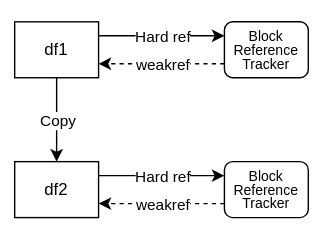
This is pydata-berlin-2023/img/copy-on-write_copy.svg from phofl/pydata-berlin, a draw.io export, as it was before one commit. Source tidied: cells renumbered, new cells last; positions are measured from the earlier drawing's top-left corner, leaving out a move shared by most shapes. Source of this version:
```xml
<mxGraphModel>
  <root>
    <mxCell id="0" />
    <mxCell id="1" parent="0" />
    <mxCell id="2" value="df1" style="rounded=0;whiteSpace=wrap;html=1;" parent="1" vertex="1">
      <mxGeometry width="60" height="40" as="geometry" />
    </mxCell>
    <mxCell id="3" value="df2" style="rounded=0;whiteSpace=wrap;html=1;" parent="1" vertex="1">
      <mxGeometry y="100" width="60" height="40" as="geometry" />
    </mxCell>
    <mxCell id="4" style="endArrow=classic;html=1;rounded=0;exitX=0.5;exitY=1;exitDx=0;exitDy=0;entryX=0.5;entryY=0;entryDx=0;entryDy=0;" parent="1" edge="1" source="2" target="3">
      <mxGeometry relative="1" as="geometry" />
    </mxCell>
    <mxCell id="5" value="Copy" style="edgeLabel;html=1;align=center;verticalAlign=middle;" parent="4" vertex="1">
      <mxGeometry relative="1" as="geometry" />
    </mxCell>
    <mxCell id="6" value="&lt;p style=&quot;line-height: 100%; font-size: 10px;&quot;&gt;&lt;font style=&quot;font-size: 10px;&quot;&gt;Block Reference Tracker&lt;/font&gt;&lt;/p&gt;" style="rounded=1;whiteSpace=wrap;html=1;" parent="1" vertex="1">
      <mxGeometry x="150" width="60" height="40" as="geometry" />
    </mxCell>
    <mxCell id="7" style="endArrow=classic;html=1;rounded=0;exitX=1;exitY=0.25;exitDx=0;exitDy=0;entryX=0;entryY=0.25;entryDx=0;entryDy=0;" parent="1" edge="1" source="2" target="6">
      <mxGeometry relative="1" as="geometry" />
    </mxCell>
    <mxCell id="8" value="&lt;div&gt;Hard ref&lt;/div&gt;" style="edgeLabel;html=1;align=center;verticalAlign=middle;" parent="7" vertex="1">
      <mxGeometry relative="1" as="geometry" />
    </mxCell>
    <mxCell id="9" style="endArrow=classic;html=1;rounded=0;exitX=0;exitY=0.75;exitDx=0;exitDy=0;entryX=1;entryY=0.75;entryDx=0;entryDy=0;dashed=1;" parent="1" edge="1" source="6" target="2">
      <mxGeometry relative="1" as="geometry" />
    </mxCell>
    <mxCell id="10" value="weakref" style="edgeLabel;html=1;align=center;verticalAlign=middle;" parent="9" vertex="1">
      <mxGeometry relative="1" as="geometry" />
    </mxCell>
    <mxCell id="11" value="&lt;p style=&quot;line-height: 100%; font-size: 10px;&quot;&gt;&lt;font style=&quot;font-size: 10px;&quot;&gt;Block Reference Tracker&lt;/font&gt;&lt;/p&gt;" style="rounded=1;whiteSpace=wrap;html=1;" parent="1" vertex="1">
      <mxGeometry x="150" y="100" width="60" height="40" as="geometry" />
    </mxCell>
    <mxCell id="12" style="endArrow=classic;html=1;rounded=0;entryX=0;entryY=0.25;entryDx=0;entryDy=0;exitX=1;exitY=0.25;exitDx=0;exitDy=0;" parent="1" edge="1" source="3" target="11">
      <mxGeometry relative="1" as="geometry" />
    </mxCell>
    <mxCell id="13" value="&lt;div&gt;Hard ref&lt;/div&gt;" style="edgeLabel;html=1;align=center;verticalAlign=middle;" parent="12" vertex="1">
      <mxGeometry relative="1" as="geometry" />
    </mxCell>
    <mxCell id="14" style="endArrow=classic;html=1;rounded=0;exitX=0;exitY=0.75;exitDx=0;exitDy=0;dashed=1;entryX=1;entryY=0.75;entryDx=0;entryDy=0;" parent="1" edge="1" source="11" target="3">
      <mxGeometry relative="1" as="geometry" />
    </mxCell>
    <mxCell id="15" value="weakref" style="edgeLabel;html=1;align=center;verticalAlign=middle;" parent="14" vertex="1">
      <mxGeometry relative="1" as="geometry" />
    </mxCell>
  </root>
</mxGraphModel>
```
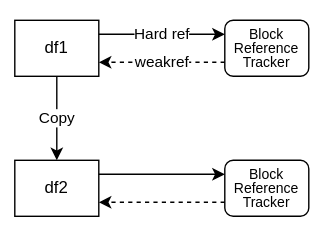
Later version of the same file.

The edit, as a diff of the source:
```diff
@@ -35,14 +35,8 @@
     <mxCell id="12" style="endArrow=classic;html=1;rounded=0;entryX=0;entryY=0.25;entryDx=0;entryDy=0;exitX=1;exitY=0.25;exitDx=0;exitDy=0;" parent="1" edge="1" source="3" target="11">
       <mxGeometry relative="1" as="geometry" />
     </mxCell>
-    <mxCell id="13" value="&lt;div&gt;Hard ref&lt;/div&gt;" style="edgeLabel;html=1;align=center;verticalAlign=middle;" parent="12" vertex="1">
-      <mxGeometry relative="1" as="geometry" />
-    </mxCell>
     <mxCell id="14" style="endArrow=classic;html=1;rounded=0;exitX=0;exitY=0.75;exitDx=0;exitDy=0;dashed=1;entryX=1;entryY=0.75;entryDx=0;entryDy=0;" parent="1" edge="1" source="11" target="3">
       <mxGeometry relative="1" as="geometry" />
     </mxCell>
-    <mxCell id="15" value="weakref" style="edgeLabel;html=1;align=center;verticalAlign=middle;" parent="14" vertex="1">
-      <mxGeometry relative="1" as="geometry" />
-    </mxCell>
   </root>
 </mxGraphModel>
```
